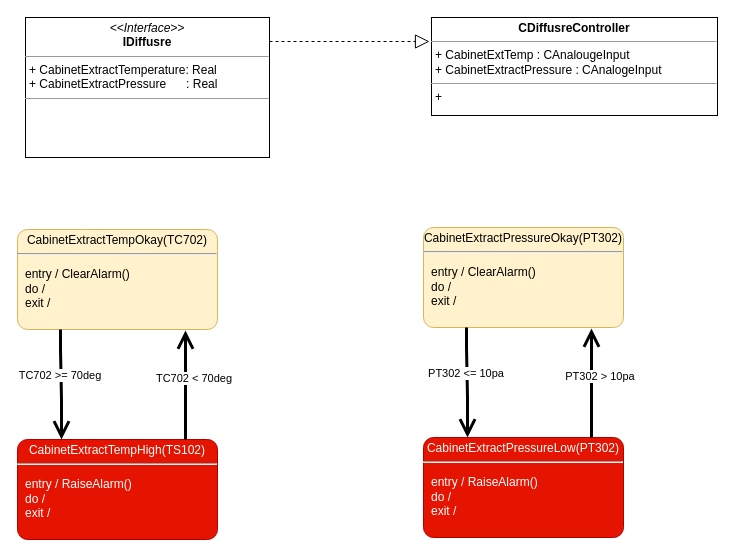
Before: page "DiffusreEnclousre" (3 of 10) of H2D Modular.drawio in EdwardsKorea/CommonDrawIO, a draw.io diagram. Source tidied: cells renumbered, new cells numbered last; positions are measured from the earlier drawing's top-left corner, leaving out a move shared by most shapes. Both pictures are drawn from the tidied source at 100%, with x=0, y=0 at pixel (17, 17).
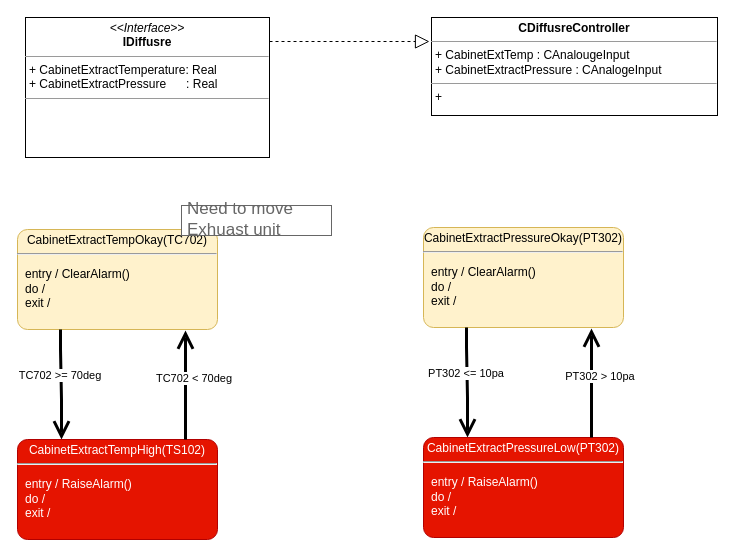
Above is the later version.

Diff of the diagram source:
```diff
@@
+    <mxCell id="13" value="Need to move Exhuast unit" style="strokeWidth=1;shadow=0;dashed=0;align=center;html=1;shape=mxgraph.mockup.text.textBox;fontColor=#666666;align=left;fontSize=17;spacingLeft=4;spacingTop=-3;whiteSpace=wrap;strokeColor=#666666;mainText=;" parent="1" vertex="1">
+      <mxGeometry x="164" y="188" width="150" height="30" as="geometry" />
+    </mxCell>
```
